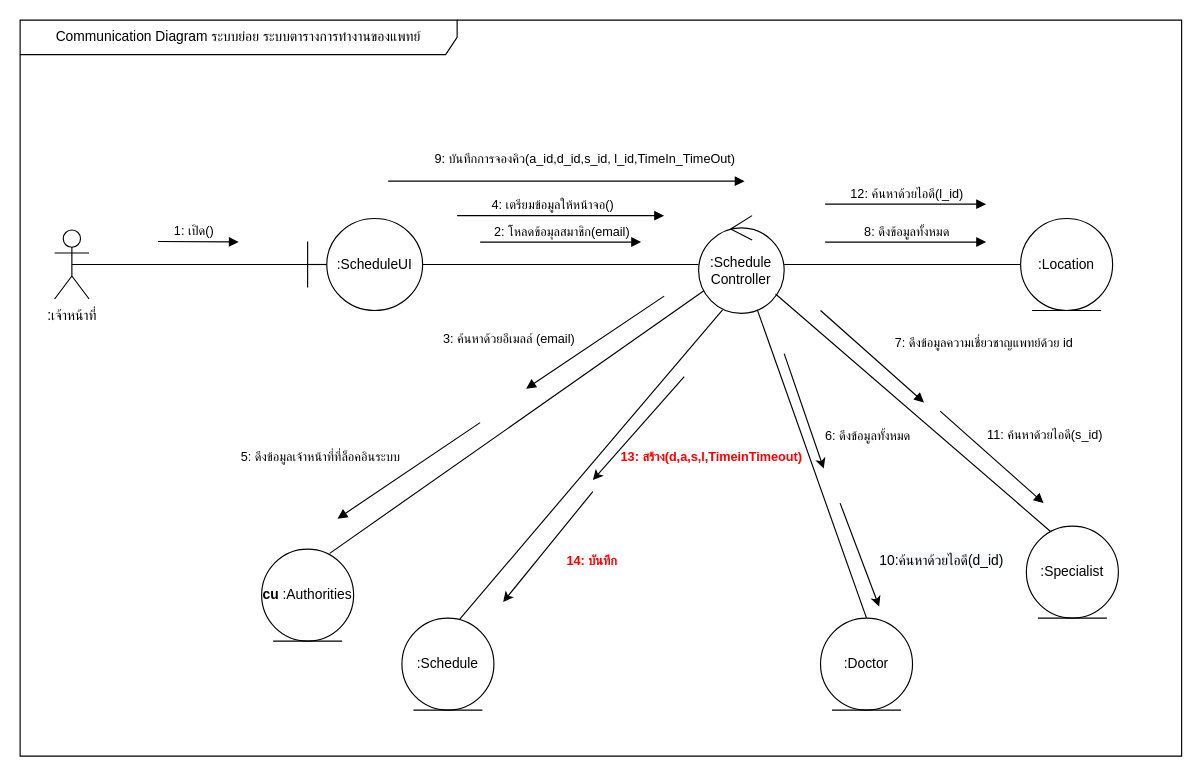
Above: page "communication" (9 of 10) of ระบบนัดหมาย.drawio in nunpromporn/DoctorSchedule (draw.io), before the change. Source tidied: cells renumbered, new cells numbered last; positions are measured from the earlier drawing's top-left corner, leaving out a move shared by most shapes. Both pictures are drawn from the tidied source at 115%, with x=0, y=0 at pixel (20, 20).
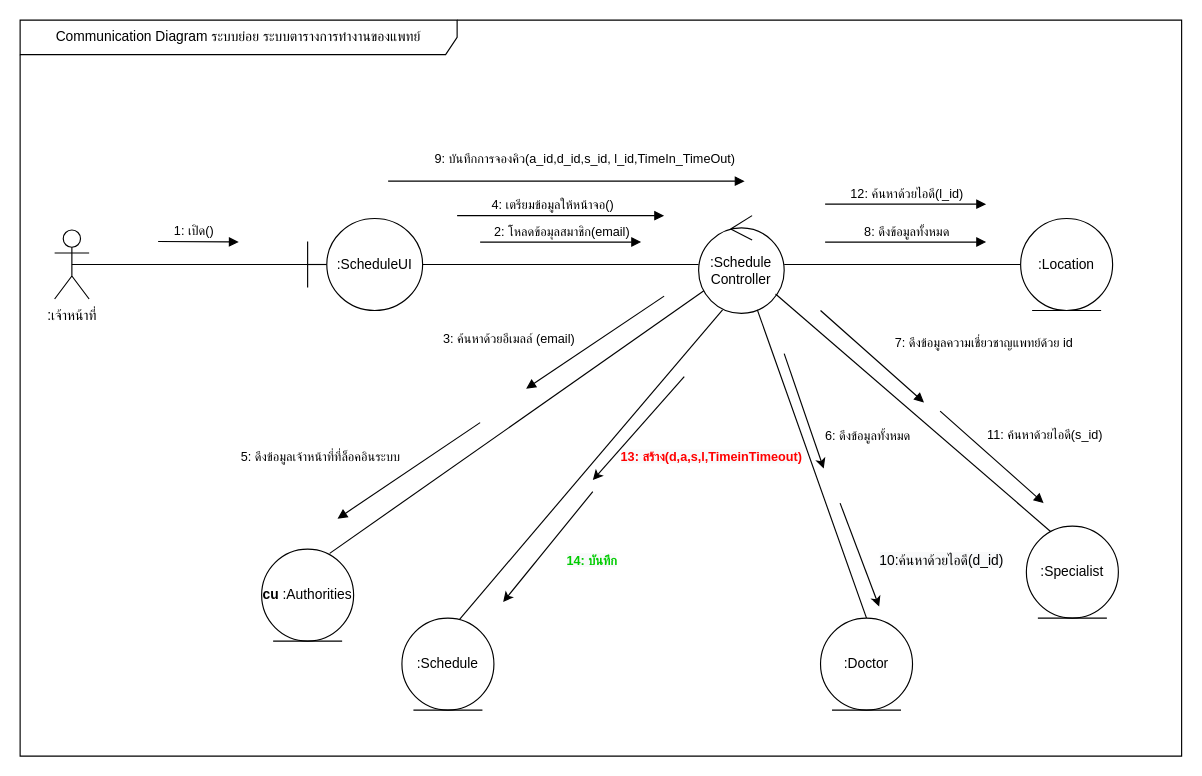
After the change.

The change refers to these unchanged cells:
```xml
<mxCell id="24" style="endArrow=none;html=1;rounded=0;endFill=0;startArrow=block;startFill=1;" parent="1" edge="1">
  <mxGeometry relative="1" as="geometry">
    <mxPoint x="440" y="320.5" as="sourcePoint" />
    <mxPoint x="560" y="240" as="targetPoint" />
  </mxGeometry>
</mxCell>
```

Diff of the diagram source:
```diff
@@
-    <mxCell id="28" value="&lt;b style=&quot;background-color: rgb(248, 249, 250);&quot;&gt;&lt;font color=&quot;#ff0000&quot;&gt;14: บันทึก&lt;/font&gt;&lt;/b&gt;" style="edgeLabel;html=1;align=center;verticalAlign=middle;" parent="24" vertex="1">
+    <mxCell id="28" value="&lt;b style=&quot;background-color: rgb(248, 249, 250);&quot;&gt;&lt;font color=&quot;#00cc00&quot;&gt;14: บันทึก&lt;/font&gt;&lt;/b&gt;" style="edgeLabel;html=1;align=center;verticalAlign=middle;" parent="24" vertex="1">
       <mxGeometry x="0.18" y="-1" relative="1" as="geometry">
         <mxPoint x="-15" y="196" as="offset" />
       </mxGeometry>
     </mxCell>
```
